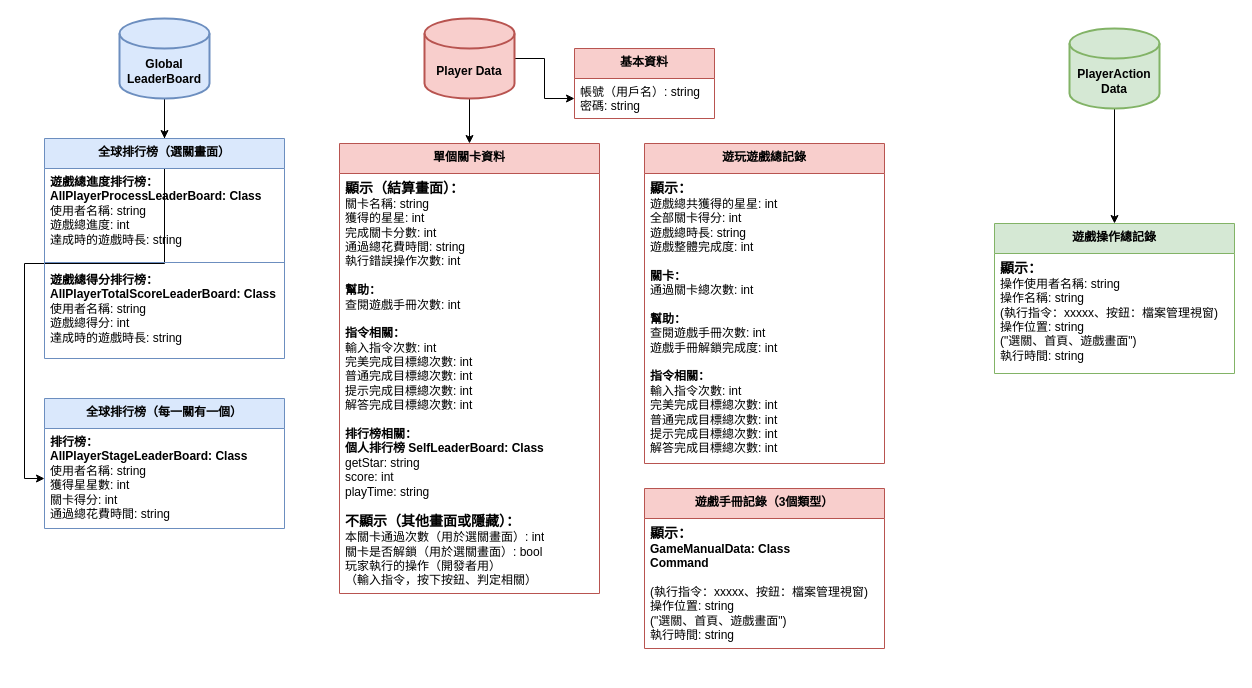
This is page "LeaderBoard & PlayerData" (2 of 2) of Assets/02_Scenes/Game Structure/系統規劃.drawio from fcumselab/GitEducationGame, a draw.io file, before an edit. Source tidied: cells renumbered, new cells numbered last; positions are measured from the earlier drawing's top-left corner, leaving out a move shared by most shapes. Both pictures are drawn from the tidied source at 100%, with x=0, y=0 at pixel (44, 18).
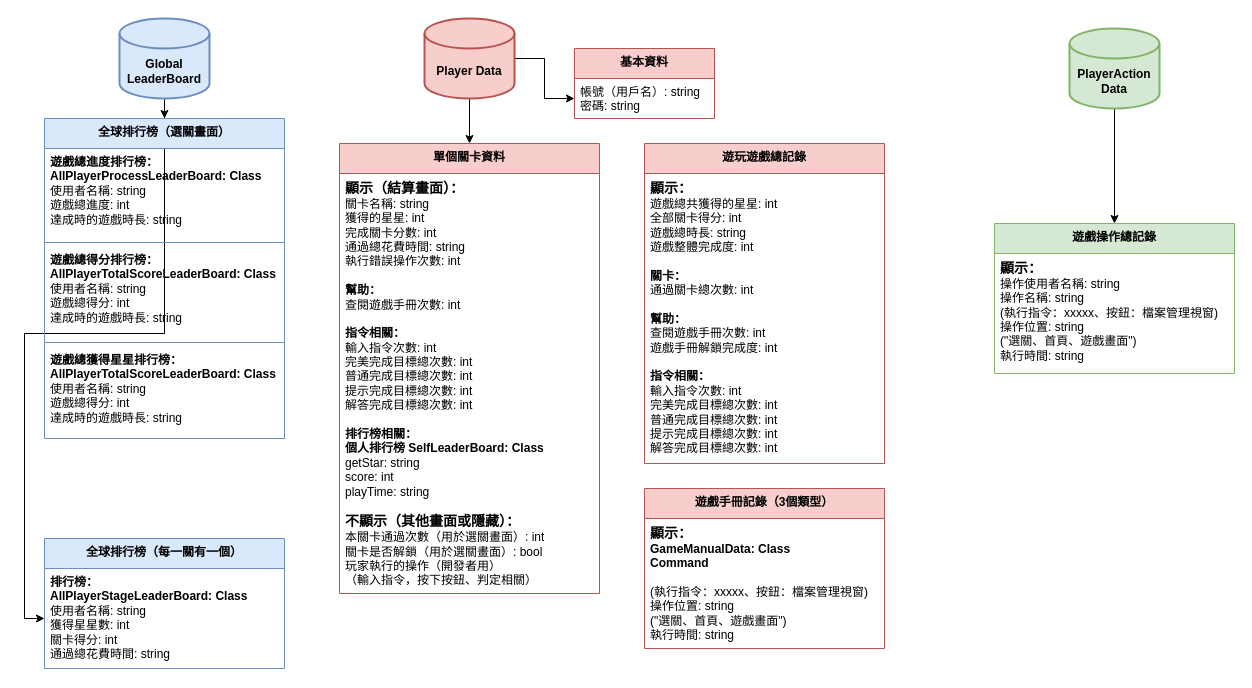
The same page after the edit.

The edit, as a diff of the source:
```diff
@@
     <mxCell id="9" value="全球排行榜（選關畫面）" style="swimlane;fontStyle=1;align=center;verticalAlign=top;horizontal=1;startSize=30;whiteSpace=wrap;html=1;fillColor=#dae8fc;strokeColor=#6c8ebf;" parent="1" vertex="1">
-      <mxGeometry y="120" width="240" height="220" as="geometry" />
+      <mxGeometry y="100" width="240" height="320" as="geometry" />
     </mxCell>
@@
+    <mxCell id="26" style="line;strokeWidth=1;fillColor=none;align=left;verticalAlign=middle;spacingTop=-1;spacingLeft=3;spacingRight=3;labelPosition=right;strokeColor=inherit;" parent="9" vertex="1">
+      <mxGeometry y="220" width="240" height="8" as="geometry" />
+    </mxCell>
+    <mxCell id="27" value="&lt;b&gt;遊戲總獲得星星排行榜：&lt;br style=&quot;border-color: var(--border-color);&quot;&gt;AllPlayerTotalScoreLeaderBoard: Class&lt;br style=&quot;border-color: var(--border-color);&quot;&gt;&lt;/b&gt;使用者名稱: string&lt;br style=&quot;border-color: var(--border-color);&quot;&gt;遊戲總得分: int&lt;br style=&quot;border-color: var(--border-color);&quot;&gt;達成時的遊戲時長: string" style="text;strokeColor=none;fillColor=none;align=left;verticalAlign=top;spacingLeft=4;spacingRight=4;overflow=hidden;whiteSpace=wrap;html=1;" parent="9" vertex="1">
+      <mxGeometry y="228" width="240" height="92" as="geometry" />
+    </mxCell>
@@
     <mxCell id="15" value="全球排行榜（每一關有一個）" style="swimlane;fontStyle=1;align=center;verticalAlign=top;horizontal=1;startSize=30;whiteSpace=wrap;html=1;fillColor=#dae8fc;strokeColor=#6c8ebf;" parent="1" vertex="1">
-      <mxGeometry y="380" width="240" height="130" as="geometry" />
+      <mxGeometry y="520" width="240" height="130" as="geometry" />
     </mxCell>
```
